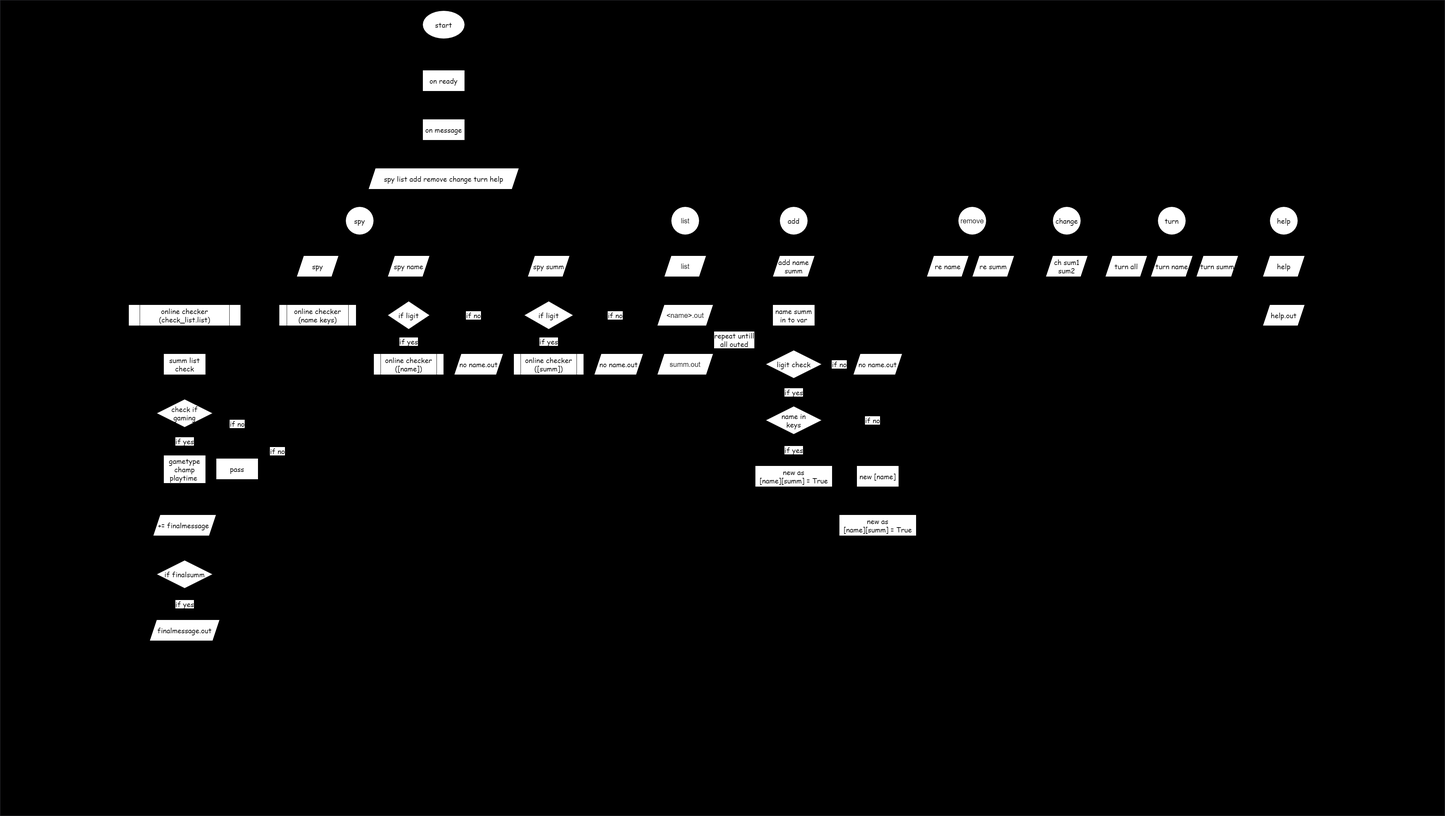
KimbobHeaven/STUDY keeps this draw.io diagram as Project/Discord_Bot_LOL_online_checker/flowchart.png. Above is the earlier version. Source tidied: cells renumbered, new cells last; positions are measured from the earlier drawing's top-left corner, leaving out a move shared by most shapes.
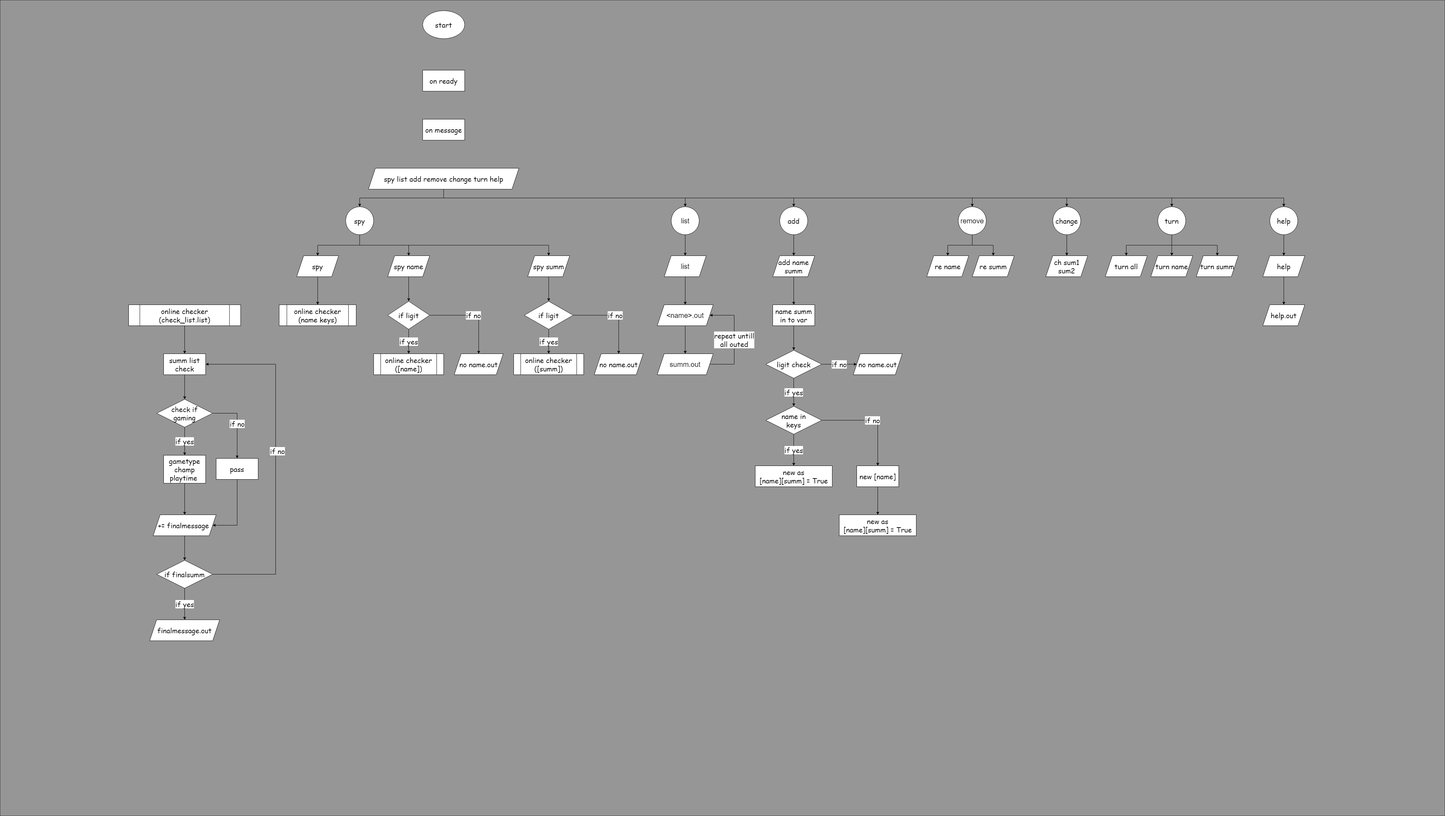
Above is the later version.

Diff of the diagram source:
```diff
@@ -2,7 +2,7 @@
   <root>
     <mxCell id="0" />
     <mxCell id="1" parent="0" />
-    <mxCell id="2" style="rounded=0;whiteSpace=wrap;html=1;labelBackgroundColor=none;fontFamily=Comic Sans MS;fontSize=20;strokeColor=#36393d;fillColor=#000000;" parent="1" vertex="1">
+    <mxCell id="2" style="rounded=0;whiteSpace=wrap;html=1;labelBackgroundColor=none;fontFamily=Comic Sans MS;fontSize=20;strokeColor=#36393d;fillColor=#969696;" parent="1" vertex="1">
       <mxGeometry width="4127" height="2330" as="geometry" />
     </mxCell>
     <mxCell id="3" value="&lt;font style=&quot;font-size: 20px;&quot;&gt;start&lt;/font&gt;" style="ellipse;whiteSpace=wrap;html=1;fontSize=20;fontFamily=Comic Sans MS;fontStyle=0;labelBackgroundColor=none;" parent="1" vertex="1">
```
